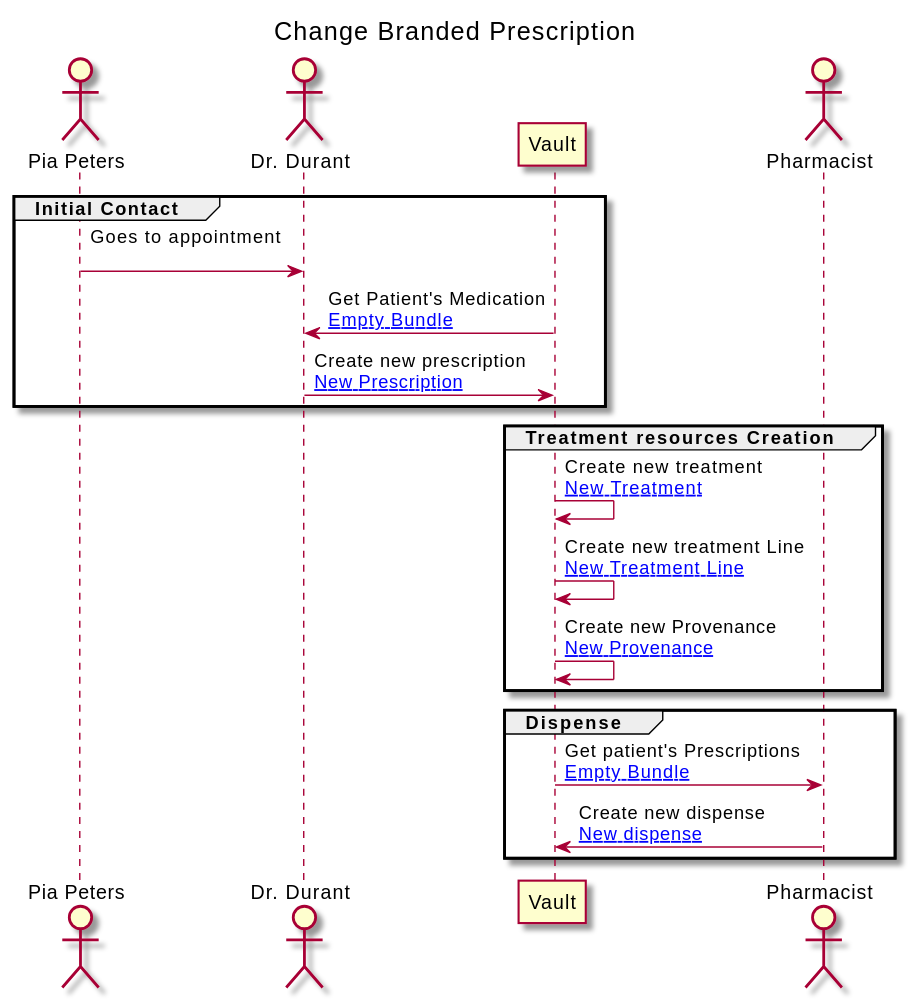
This is branches/master/ExampleScenario-example-1-scenario.svg from jcostateixeira/riziv-medication-record, a PlantUML export, as it was before one commit.
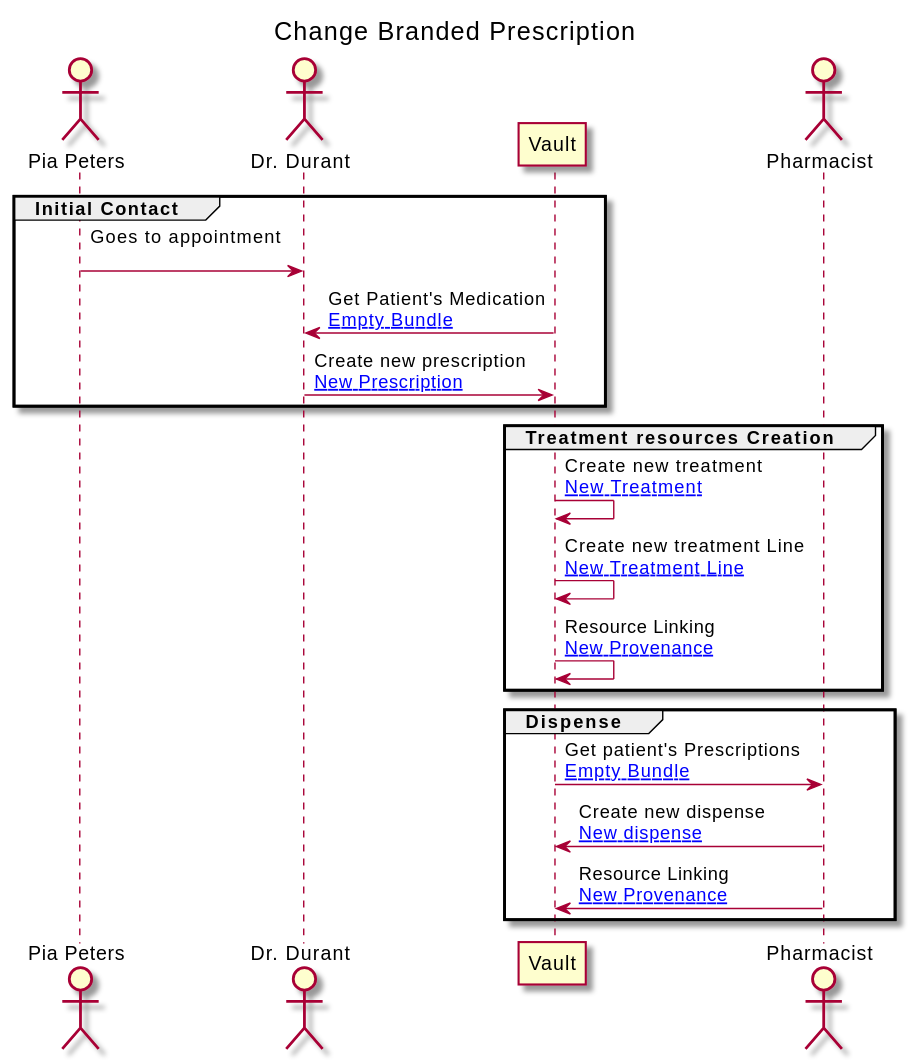
The same file after the commit.

What changed in the source:
```diff
@@ -24,13 +24,14 @@
 
 VAULT -> VAULT : Create new treatment\n[[ExampleScenario-example-1-scenario-resources.html#1-treatment New Treatment]]
 VAULT -> VAULT : Create new treatment Line\n[[ExampleScenario-example-1-scenario-resources.html#1-treatmentLine New Treatment Line]]
-VAULT -> VAULT : Create new Provenance\n[[ExampleScenario-example-1-scenario-resources.html#1-provenance New Provenance]]
+VAULT -> VAULT : Resource Linking\n[[ExampleScenario-example-1-scenario-resources.html#1-1-provenance New Provenance]]
 end
 
 group Dispense
 
 VAULT -> PHARM : Get patient's Prescriptions\n[[ExampleScenario-example-1-scenario-resources.html#EB Empty Bundle]]
 PHARM -> VAULT : Create new dispense\n[[ExampleScenario-example-1-scenario-resources.html#1-dispense New dispense]]
+PHARM -> VAULT : Resource Linking\n[[ExampleScenario-example-1-scenario-resources.html#1-2-provenance New Provenance]]
 end
 
 
```
